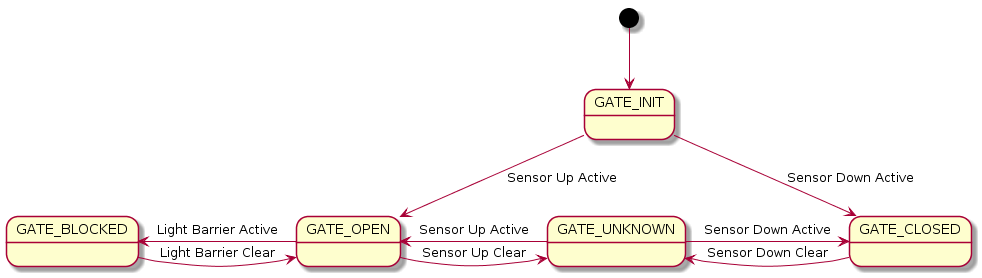
Before: docs/statemachine.png, a diagram exported from PlantUML (Svedrin/gatecontrol). Its diagram source:
```plantuml
@startuml

[*] --> GATE_INIT

GATE_INIT    -down-> GATE_CLOSED : Sensor Down Active
GATE_INIT    -down-> GATE_OPEN   : Sensor Up Active

GATE_BLOCKED -right-> GATE_OPEN    : Light Barrier Clear
GATE_OPEN    -left->  GATE_BLOCKED : Light Barrier Active

GATE_UNKNOWN -right-> GATE_CLOSED  : Sensor Down Active
GATE_CLOSED  -left->  GATE_UNKNOWN : Sensor Down Clear

GATE_OPEN    -right-> GATE_UNKNOWN : Sensor Up Clear
GATE_UNKNOWN -left->  GATE_OPEN    : Sensor Up Active

@enduml
```
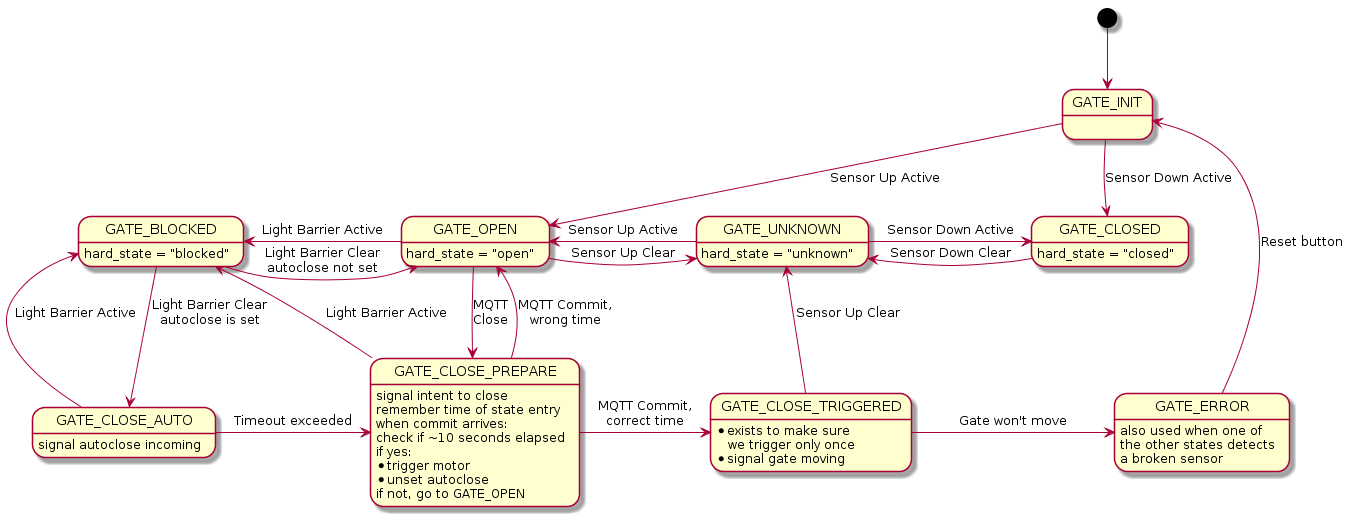
The same diagram one commit later.

Commit message:
extend the state machine to cover all the remote/auto close features I want

What changed in the source:
```diff
@@ -2,10 +2,10 @@
 
 [*] --> GATE_INIT
 
-GATE_INIT    -down-> GATE_CLOSED : Sensor Down Active
-GATE_INIT    -down-> GATE_OPEN   : Sensor Up Active
+GATE_INIT    -down-> GATE_CLOSED   : Sensor Down Active
+GATE_INIT    -down-> GATE_OPEN     : Sensor Up Active
 
-GATE_BLOCKED -right-> GATE_OPEN    : Light Barrier Clear
+GATE_BLOCKED -right-> GATE_OPEN    : Light Barrier Clear\nautoclose not set
 GATE_OPEN    -left->  GATE_BLOCKED : Light Barrier Active
 
 GATE_UNKNOWN -right-> GATE_CLOSED  : Sensor Down Active
@@ -14,4 +14,39 @@
 GATE_OPEN    -right-> GATE_UNKNOWN : Sensor Up Clear
 GATE_UNKNOWN -left->  GATE_OPEN    : Sensor Up Active
 
+GATE_OPEN:    hard_state = "open"
+GATE_UNKNOWN: hard_state = "unknown"
+GATE_CLOSED:  hard_state = "closed"
+GATE_BLOCKED: hard_state = "blocked"
+
+
+GATE_BLOCKED    -down->  GATE_CLOSE_AUTO    : Light Barrier Clear\nautoclose is set
+GATE_CLOSE_AUTO -up->    GATE_BLOCKED       : Light Barrier Active
+GATE_CLOSE_AUTO -right-> GATE_CLOSE_PREPARE : Timeout exceeded
+GATE_CLOSE_AUTO : signal autoclose incoming
+
+GATE_OPEN    -down->  GATE_CLOSE_PREPARE : MQTT\nClose
+GATE_CLOSE_PREPARE: signal intent to close
+GATE_CLOSE_PREPARE: remember time of state entry
+GATE_CLOSE_PREPARE: when commit arrives:
+GATE_CLOSE_PREPARE: check if ~10 seconds elapsed
+GATE_CLOSE_PREPARE: if yes:
+GATE_CLOSE_PREPARE: * trigger motor
+GATE_CLOSE_PREPARE: * unset autoclose
+GATE_CLOSE_PREPARE: if not, go to GATE_OPEN
+
+GATE_CLOSE_PREPARE   -up->     GATE_BLOCKED         : Light Barrier Active
+GATE_CLOSE_PREPARE   -up->     GATE_OPEN            : MQTT Commit,\nwrong time
+GATE_CLOSE_PREPARE   -right->  GATE_CLOSE_TRIGGERED : MQTT Commit,\ncorrect time
+
+GATE_CLOSE_TRIGGERED -up->     GATE_UNKNOWN         : Sensor Up Clear
+GATE_CLOSE_TRIGGERED -right->  GATE_ERROR           : Gate won't move
+GATE_CLOSE_TRIGGERED: * exists to make sure\n   we trigger only once
+GATE_CLOSE_TRIGGERED: * signal gate moving
+
+GATE_ERROR           -up->     GATE_INIT            : Reset button
+GATE_ERROR: also used when one of
+GATE_ERROR: the other states detects
+GATE_ERROR: a broken sensor
+
 @enduml
```
